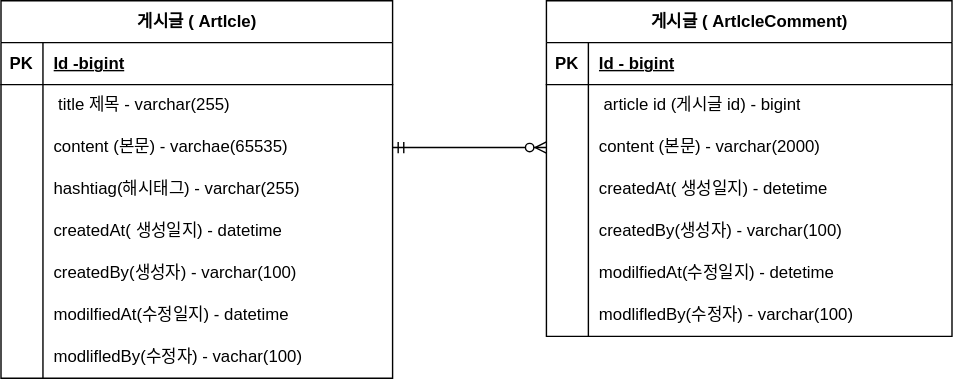
The draw.io diagram document/project-board-erd.svg in snskwhsrud/notice-board, before a commit. Source tidied: cells renumbered, new cells last; positions are measured from the earlier drawing's top-left corner, leaving out a move shared by most shapes.
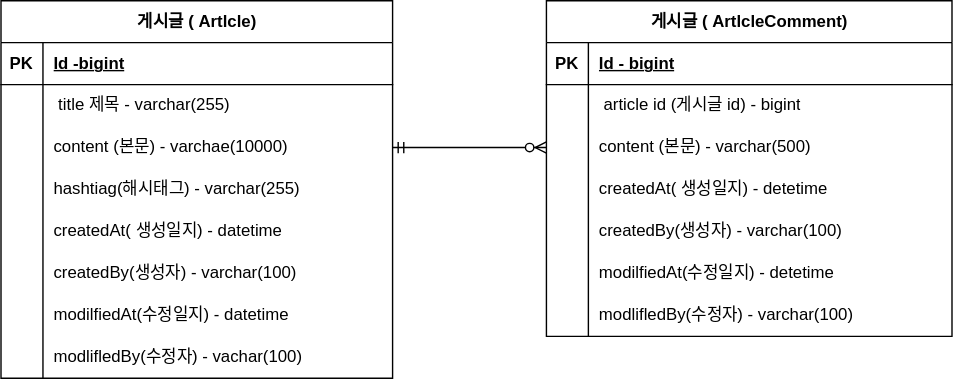
Later version of the same file.

Commit message:
#8 - erd 업데이트: content 사이즈 변경

What changed in the source:
```diff
@@ -29,7 +29,7 @@
     <mxCell id="10" style="shape=partialRectangle;fillColor=none;top=0;left=0;bottom=0;right=0;overflow=hidden;whiteSpace=wrap;html=1;" parent="9" vertex="1">
       <mxGeometry width="30" height="30" as="geometry" />
     </mxCell>
-    <mxCell id="11" value="content (본문) - varchae(65535)" style="shape=partialRectangle;fillColor=none;top=0;left=0;bottom=0;right=0;align=left;spacingLeft=6;overflow=hidden;whiteSpace=wrap;html=1;" parent="9" vertex="1">
+    <mxCell id="11" value="content (본문) - varchae(10000)" style="shape=partialRectangle;fillColor=none;top=0;left=0;bottom=0;right=0;align=left;spacingLeft=6;overflow=hidden;whiteSpace=wrap;html=1;" parent="9" vertex="1">
       <mxGeometry x="30" width="250" height="30" as="geometry" />
     </mxCell>
     <mxCell id="12" style="shape=tableRow;horizontal=0;startSize=0;swimlaneHead=0;swimlaneBody=0;fillColor=none;top=0;left=0;right=0;bottom=0;" parent="2" vertex="1">
@@ -104,7 +104,7 @@
     <mxCell id="35" style="shape=partialRectangle;fillColor=none;top=0;left=0;bottom=0;right=0;overflow=hidden;whiteSpace=wrap;html=1;" parent="34" vertex="1">
       <mxGeometry width="30" height="30" as="geometry" />
     </mxCell>
-    <mxCell id="36" value="content (본문) - varchar(2000)" style="shape=partialRectangle;fillColor=none;top=0;left=0;bottom=0;right=0;align=left;spacingLeft=6;overflow=hidden;whiteSpace=wrap;html=1;" parent="34" vertex="1">
+    <mxCell id="36" value="content (본문) - varchar(500)" style="shape=partialRectangle;fillColor=none;top=0;left=0;bottom=0;right=0;align=left;spacingLeft=6;overflow=hidden;whiteSpace=wrap;html=1;" parent="34" vertex="1">
       <mxGeometry x="30" width="260" height="30" as="geometry" />
     </mxCell>
     <mxCell id="37" style="shape=tableRow;horizontal=0;startSize=0;swimlaneHead=0;swimlaneBody=0;fillColor=none;top=0;left=0;right=0;bottom=0;" parent="27" vertex="1">
```
